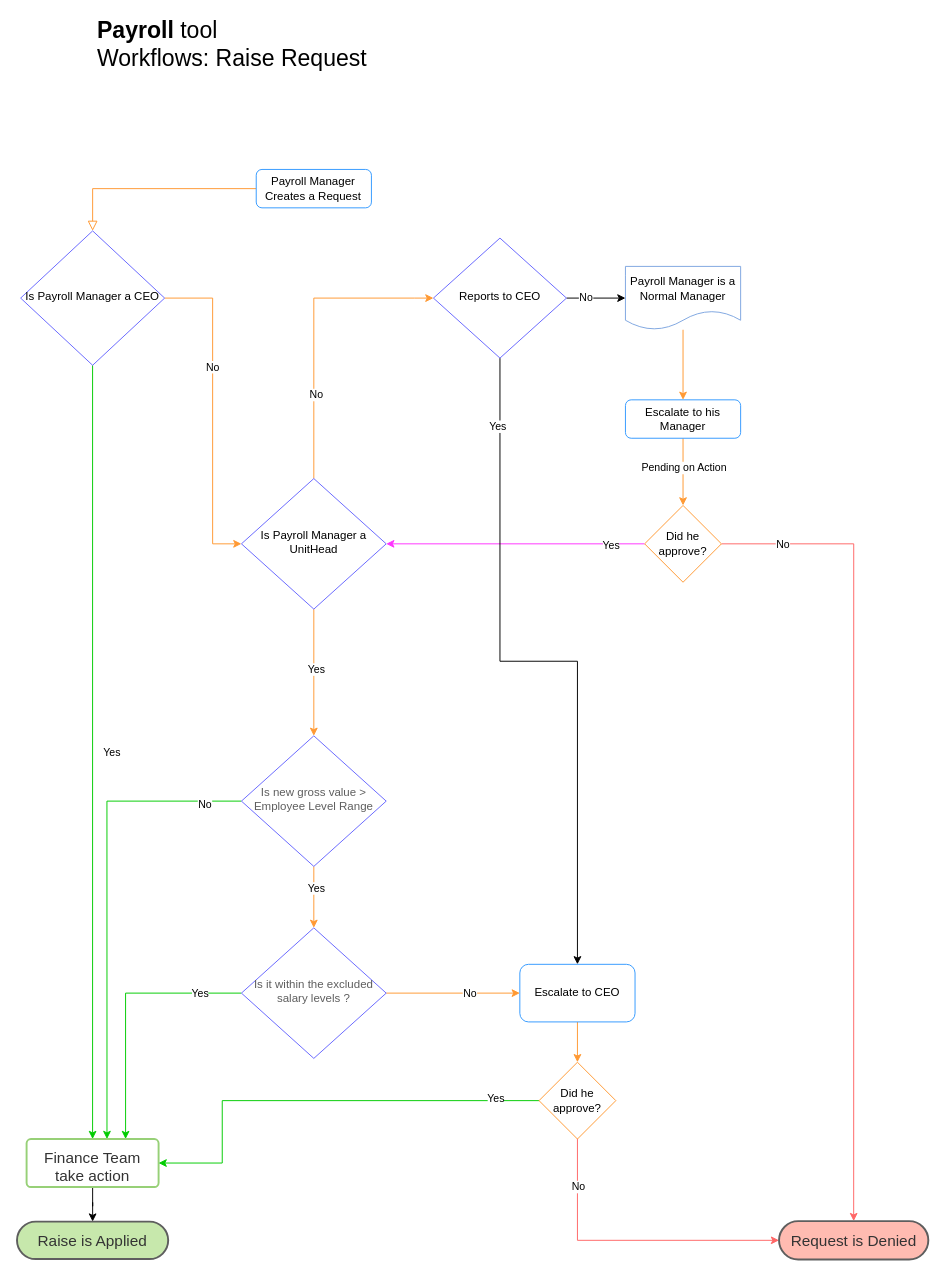
Above: LevelChange/Untitled Diagram.drawio in paula-at-flairs/Payroll-Workflows (draw.io), before the change. Source tidied: cells renumbered, new cells numbered last; positions are measured from the earlier drawing's top-left corner, leaving out a move shared by most shapes. Both pictures are drawn from the tidied source at 96%, with x=0, y=0 at pixel (16, 25).
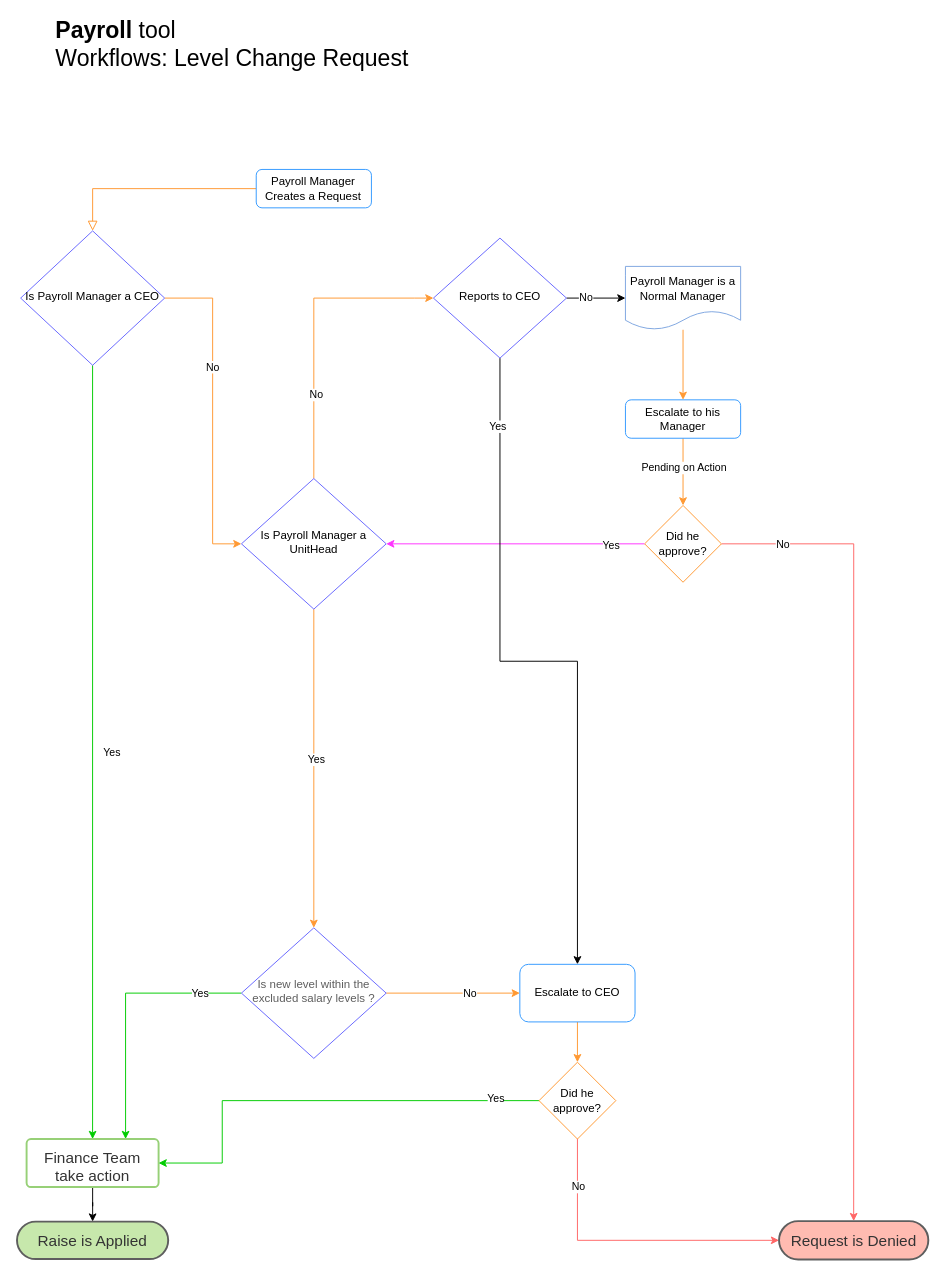
The same diagram, later.

Unchanged cells that the change refers to:
```xml
<mxCell id="9" value="Finance Team take action" style="html=1;overflow=block;blockSpacing=1;whiteSpace=wrap;whiteSpace=wrap;fontSize=16;fontColor=#333333;spacing=9;strokeColor=#97D077;strokeOpacity=100;rounded=1;absoluteArcSize=1;arcSize=9;strokeWidth=2;" parent="1" vertex="1">
  <mxGeometry x="10.2" y="1160" width="137.5" height="50" as="geometry" />
</mxCell>
<mxCell id="15" value="Is Payroll Manager a UnitHead" style="rhombus;whiteSpace=wrap;html=1;shadow=0;fontFamily=Helvetica;fontSize=12;align=center;strokeWidth=1;spacing=6;spacingTop=-4;strokeColor=#6666FF;" parent="1" vertex="1">
  <mxGeometry x="234" y="472" width="150.8" height="136" as="geometry" />
</mxCell>
```

Change to the diagram source:
```diff
@@
-    <mxCell id="11" style="edgeStyle=orthogonalEdgeStyle;rounded=0;jettySize=auto;html=1;entryX=0.5;entryY=0;entryDx=0;entryDy=0;strokeColor=#FF9933;" parent="1" edge="1" source="15" target="20">
+    <mxCell id="11" style="edgeStyle=orthogonalEdgeStyle;rounded=0;jettySize=auto;html=1;entryX=0.5;entryY=0;entryDx=0;entryDy=0;strokeColor=#FF9933;" parent="1" edge="1" source="15" target="36">
       <mxGeometry relative="1" as="geometry" />
     </mxCell>
@@
-    <mxCell id="16" style="edgeStyle=orthogonalEdgeStyle;rounded=0;jettySize=auto;html=1;entryX=0.5;entryY=0;entryDx=0;entryDy=0;strokeColor=#FF9933;" parent="1" edge="1" source="20" target="36">
-      <mxGeometry relative="1" as="geometry" />
-    </mxCell>
-    <mxCell id="17" value="Yes" style="edgeLabel;html=1;align=center;verticalAlign=middle;" parent="16" vertex="1">
-      <mxGeometry x="-0.3" y="2" relative="1" as="geometry" />
-    </mxCell>
-    <mxCell id="18" style="edgeStyle=orthogonalEdgeStyle;rounded=0;jettySize=auto;html=1;entryX=0.609;entryY=0;entryDx=0;entryDy=0;entryPerimeter=0;strokeColor=#00CC00;" parent="1" edge="1" source="20" target="9">
-      <mxGeometry relative="1" as="geometry" />
-    </mxCell>
-    <mxCell id="19" value="No" style="edgeLabel;html=1;align=center;verticalAlign=middle;" parent="18" vertex="1">
-      <mxGeometry x="-0.84" y="3" relative="1" as="geometry" />
-    </mxCell>
-    <mxCell id="20" value="&lt;span style=&quot;color: rgb(94 , 94 , 94)&quot;&gt;Is new gross value &amp;gt; Employee Level Range&lt;/span&gt;" style="rhombus;whiteSpace=wrap;html=1;shadow=0;fontFamily=Helvetica;fontSize=12;align=center;strokeWidth=1;spacing=6;spacingTop=-4;strokeColor=#6666FF;" parent="1" vertex="1">
-      <mxGeometry x="234" y="740" width="150.8" height="136" as="geometry" />
-    </mxCell>
@@
-    <mxCell id="36" value="&lt;span data-lucid-content=&quot;{&amp;#34;t&amp;#34;:&amp;#34;Is it within the excluded salary levels ?&amp;#34;,&amp;#34;m&amp;#34;:[{&amp;#34;s&amp;#34;:0,&amp;#34;n&amp;#34;:&amp;#34;c&amp;#34;,&amp;#34;v&amp;#34;:&amp;#34;#5e5e5eff&amp;#34;,&amp;#34;e&amp;#34;:41},{&amp;#34;s&amp;#34;:0,&amp;#34;n&amp;#34;:&amp;#34;s&amp;#34;,&amp;#34;v&amp;#34;:22.22222222222222,&amp;#34;e&amp;#34;:41}]}&quot;&gt;&lt;span style=&quot;color: rgb(94 , 94 , 94)&quot;&gt;&lt;font style=&quot;font-size: 12px&quot;&gt;Is it within the excluded salary levels ?&lt;/font&gt;&lt;/span&gt;&lt;/span&gt;" style="rhombus;whiteSpace=wrap;html=1;shadow=0;fontFamily=Helvetica;fontSize=12;align=center;strokeWidth=1;spacing=6;spacingTop=-4;strokeColor=#6666FF;" parent="1" vertex="1">
+    <mxCell id="36" value="&lt;span data-lucid-content=&quot;{&amp;#34;t&amp;#34;:&amp;#34;Is it within the excluded salary levels ?&amp;#34;,&amp;#34;m&amp;#34;:[{&amp;#34;s&amp;#34;:0,&amp;#34;n&amp;#34;:&amp;#34;c&amp;#34;,&amp;#34;v&amp;#34;:&amp;#34;#5e5e5eff&amp;#34;,&amp;#34;e&amp;#34;:41},{&amp;#34;s&amp;#34;:0,&amp;#34;n&amp;#34;:&amp;#34;s&amp;#34;,&amp;#34;v&amp;#34;:22.22222222222222,&amp;#34;e&amp;#34;:41}]}&quot;&gt;&lt;span style=&quot;color: rgb(94 , 94 , 94)&quot;&gt;&lt;font style=&quot;font-size: 12px&quot;&gt;Is new level within the excluded salary levels ?&lt;/font&gt;&lt;/span&gt;&lt;/span&gt;" style="rhombus;whiteSpace=wrap;html=1;shadow=0;fontFamily=Helvetica;fontSize=12;align=center;strokeWidth=1;spacing=6;spacingTop=-4;strokeColor=#6666FF;" parent="1" vertex="1">
       <mxGeometry x="234" y="940" width="150.8" height="136" as="geometry" />
     </mxCell>
@@
-    <mxCell id="44" value="&lt;div style=&quot;text-align: left&quot;&gt;&lt;font style=&quot;font-size: 24px&quot;&gt;&lt;b&gt;Payroll &lt;/b&gt;tool&lt;/font&gt;&lt;/div&gt;&lt;font style=&quot;font-size: 24px&quot;&gt;&lt;div style=&quot;text-align: left&quot;&gt;&lt;span&gt;Workflows: Raise Request&lt;/span&gt;&lt;/div&gt;&lt;/font&gt;" style="text;html=1;align=center;verticalAlign=middle;" parent="1" vertex="1">
-      <mxGeometry x="74" width="300" height="40" as="geometry" />
+    <mxCell id="44" value="&lt;div style=&quot;text-align: left&quot;&gt;&lt;font style=&quot;font-size: 24px&quot;&gt;&lt;b&gt;Payroll &lt;/b&gt;tool&lt;/font&gt;&lt;/div&gt;&lt;font style=&quot;font-size: 24px&quot;&gt;&lt;div style=&quot;text-align: left&quot;&gt;&lt;span&gt;Workflows: Level Change Request&lt;/span&gt;&lt;/div&gt;&lt;/font&gt;" style="text;html=1;align=center;verticalAlign=middle;" parent="1" vertex="1">
+      <mxGeometry x="34" width="380" height="40" as="geometry" />
     </mxCell>
```
